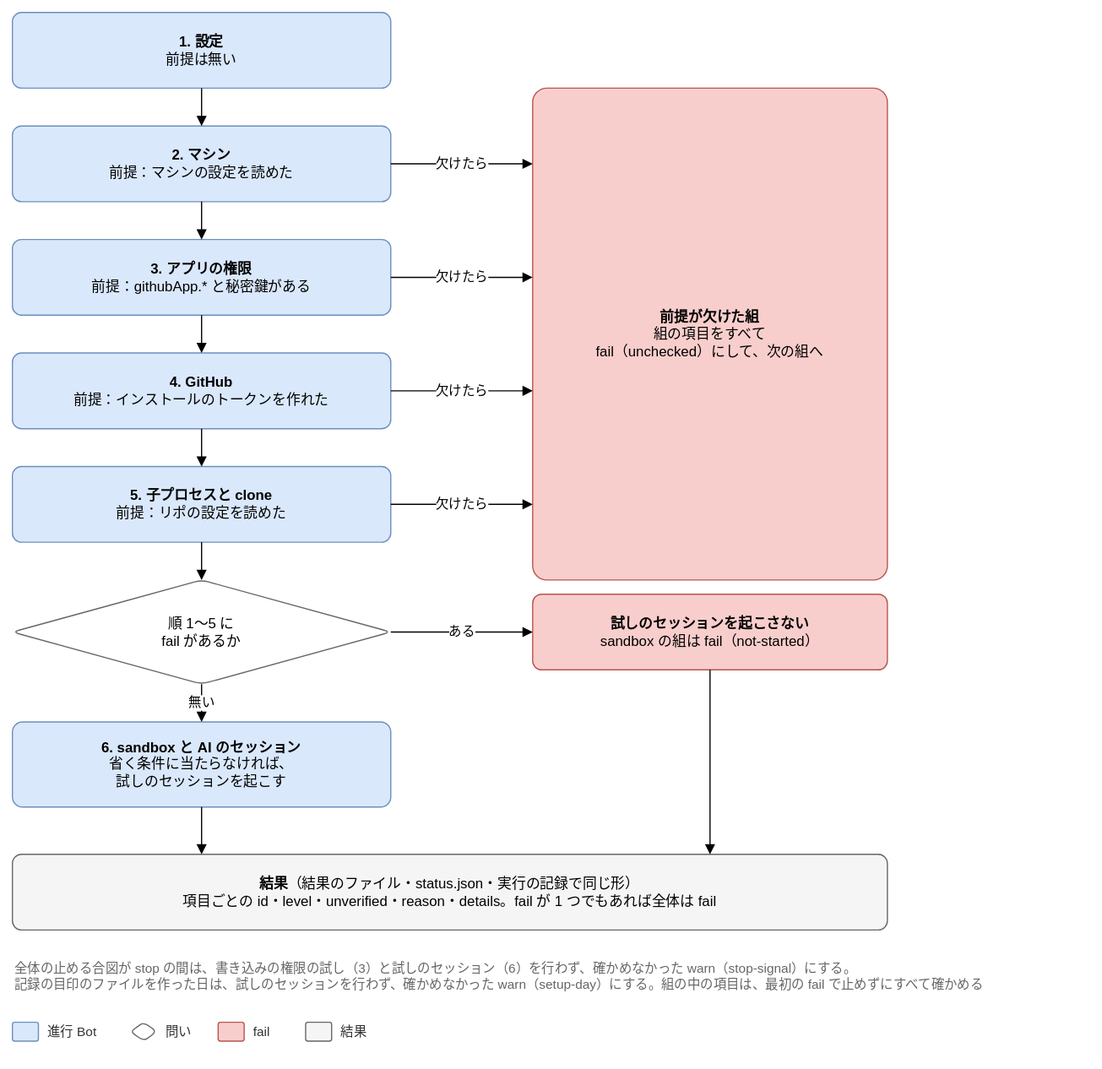
Above: docs/design/detailed/diagrams/04-groups.drawio.svg in Joymerrevent/dev-autopilot (draw.io), before the change. Source tidied: cells renumbered, new cells last; positions are measured from the earlier drawing's top-left corner, leaving out a move shared by most shapes.
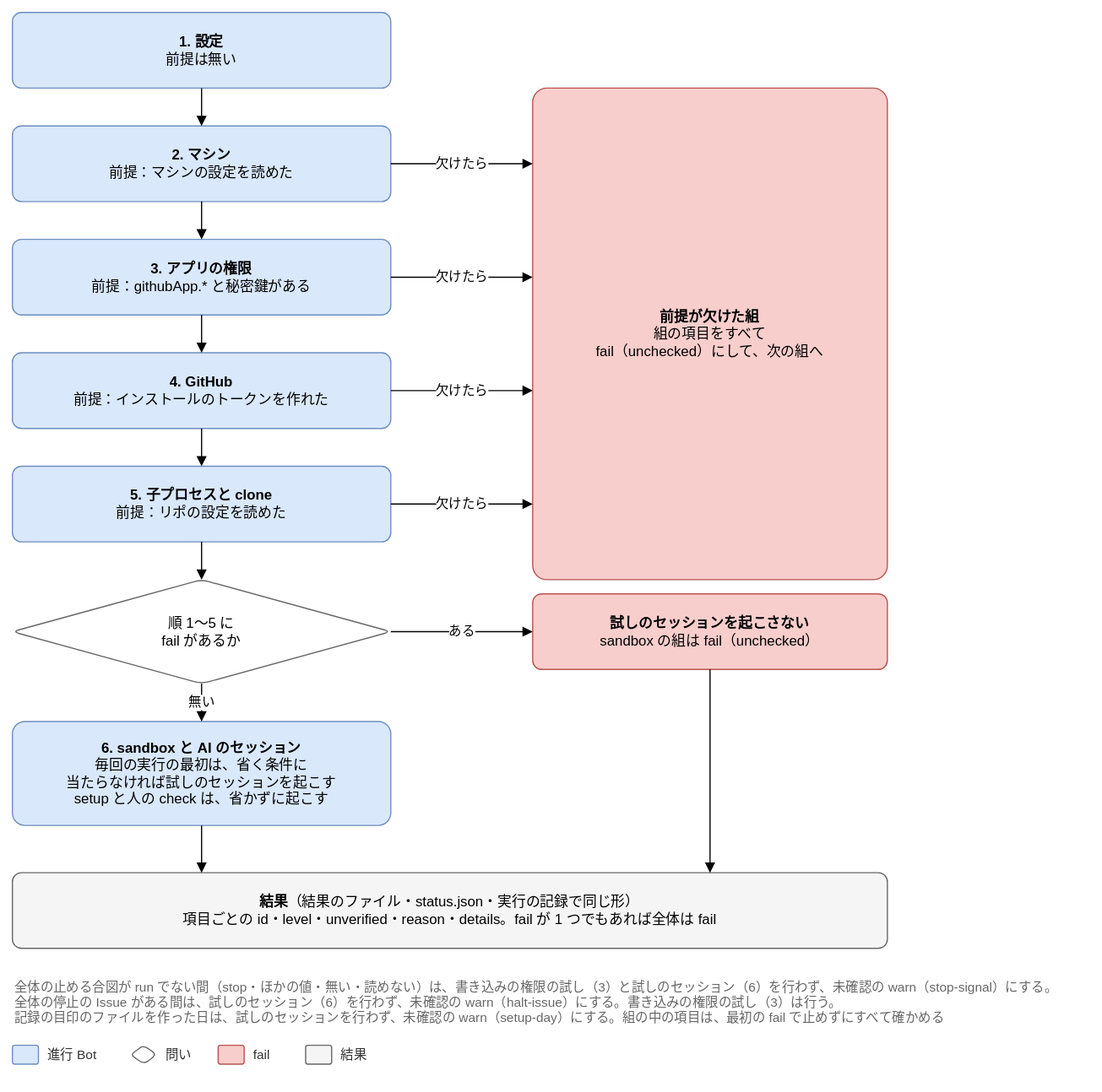
Later version of the same file.

Commit message:
docs(design): 点検の組の順と setup の部屋の図を、直した表と本文に合わせる

04-groups：試しのセッションを省く条件を毎回の実行の最初にだけ掛け、前の組が fail の
ときの記号を unchecked に、注を未確認の warn（stop-signal・halt-issue・setup-day）に直す。
05-room：部屋を人の一時フォルダの下に置き、答えと部屋を消すコマンドを人の許可で動かす。

直した指摘：M-34・M-93・H-10（G3）、H-5（G3）、M-2（G1）、H-1（G5）

Claude-Session: https://claude.ai/code/session_01LvmXQN14Y95msvojZ6hWNP

What changed in the source:
```diff
@@ -50,20 +50,20 @@
     <mxCell id="17" style="edgeStyle=orthogonalEdgeStyle;rounded=1;html=1;endArrow=block;endFill=1;fontSize=11;labelBackgroundColor=#ffffff;exitX=0.5;exitY=1;exitDx=0;exitDy=0;entryX=0.5;entryY=0;entryDx=0;entryDy=0;" parent="1" edge="1" source="9" target="16">
       <mxGeometry relative="1" as="geometry" />
     </mxCell>
-    <mxCell id="18" value="&lt;b&gt;試しのセッションを起こさない&lt;/b&gt;&lt;br&gt;sandbox の組は fail（not-started）" style="rounded=1;whiteSpace=wrap;html=1;fontSize=12;arcSize=12;spacing=12;fillColor=#f8cecc;strokeColor=#b85450;" parent="1" vertex="1">
+    <mxCell id="18" value="&lt;b&gt;試しのセッションを起こさない&lt;/b&gt;&lt;br&gt;sandbox の組は fail（unchecked）" style="rounded=1;whiteSpace=wrap;html=1;fontSize=12;arcSize=12;spacing=12;fillColor=#f8cecc;strokeColor=#b85450;" parent="1" vertex="1">
       <mxGeometry x="440" y="492" width="300" height="64" as="geometry" />
     </mxCell>
     <mxCell id="19" value="ある" style="edgeStyle=orthogonalEdgeStyle;rounded=1;html=1;endArrow=block;endFill=1;fontSize=11;labelBackgroundColor=#ffffff;exitX=1;exitY=0.5;exitDx=0;exitDy=0;entryX=0;entryY=0.5;entryDx=0;entryDy=0;" parent="1" edge="1" source="16" target="18">
       <mxGeometry relative="1" as="geometry" />
     </mxCell>
-    <mxCell id="20" value="&lt;b&gt;6. sandbox と AI のセッション&lt;/b&gt;&lt;br&gt;省く条件に当たらなければ、&lt;br&gt;試しのセッションを起こす" style="rounded=1;whiteSpace=wrap;html=1;fontSize=12;arcSize=12;spacing=12;fillColor=#dae8fc;strokeColor=#6c8ebf;" parent="1" vertex="1">
-      <mxGeometry y="600" width="320" height="72" as="geometry" />
+    <mxCell id="20" value="&lt;b&gt;6. sandbox と AI のセッション&lt;/b&gt;&lt;br&gt;毎回の実行の最初は、省く条件に&lt;br&gt;当たらなければ試しのセッションを起こす&lt;br&gt;setup と人の check は、省かずに起こす" style="rounded=1;whiteSpace=wrap;html=1;fontSize=12;arcSize=12;spacing=12;fillColor=#dae8fc;strokeColor=#6c8ebf;" parent="1" vertex="1">
+      <mxGeometry y="600" width="320" height="88" as="geometry" />
     </mxCell>
     <mxCell id="21" value="無い" style="edgeStyle=orthogonalEdgeStyle;rounded=1;html=1;endArrow=block;endFill=1;fontSize=11;labelBackgroundColor=#ffffff;exitX=0.5;exitY=1;exitDx=0;exitDy=0;entryX=0.5;entryY=0;entryDx=0;entryDy=0;" parent="1" edge="1" source="16" target="20">
       <mxGeometry relative="1" as="geometry" />
     </mxCell>
     <mxCell id="22" value="&lt;b&gt;結果&lt;/b&gt;（結果のファイル・status.json・実行の記録で同じ形）&lt;br&gt;項目ごとの id・level・unverified・reason・details。fail が 1 つでもあれば全体は fail" style="rounded=1;whiteSpace=wrap;html=1;fontSize=12;arcSize=12;spacing=12;fillColor=#f5f5f5;strokeColor=#666666;" parent="1" vertex="1">
-      <mxGeometry y="712" width="740" height="64" as="geometry" />
+      <mxGeometry y="728" width="740" height="64" as="geometry" />
     </mxCell>
     <mxCell id="23" style="edgeStyle=orthogonalEdgeStyle;rounded=1;html=1;endArrow=block;endFill=1;fontSize=11;labelBackgroundColor=#ffffff;exitX=0.5;exitY=1;exitDx=0;exitDy=0;entryX=0.21621621621621623;entryY=0;entryDx=0;entryDy=0;" parent="1" edge="1" source="20" target="22">
       <mxGeometry relative="1" as="geometry" />
@@ -71,32 +71,32 @@
     <mxCell id="24" style="edgeStyle=orthogonalEdgeStyle;rounded=1;html=1;endArrow=block;endFill=1;fontSize=11;labelBackgroundColor=#ffffff;exitX=0.5;exitY=1;exitDx=0;exitDy=0;entryX=0.7972972972972973;entryY=0;entryDx=0;entryDy=0;" parent="1" edge="1" source="18" target="22">
       <mxGeometry relative="1" as="geometry" />
     </mxCell>
-    <mxCell id="25" value="全体の止める合図が stop の間は、書き込みの権限の試し（3）と試しのセッション（6）を行わず、確かめなかった warn（stop-signal）にする。&lt;br&gt;記録の目印のファイルを作った日は、試しのセッションを行わず、確かめなかった warn（setup-day）にする。組の中の項目は、最初の fail で止めずにすべて確かめる" style="text;html=1;whiteSpace=wrap;align=left;verticalAlign=top;fontSize=11;fontColor=#666666;" parent="1" vertex="1">
-      <mxGeometry y="796" width="900" height="40" as="geometry" />
+    <mxCell id="25" value="全体の止める合図が run でない間（stop・ほかの値・無い・読めない）は、書き込みの権限の試し（3）と試しのセッション（6）を行わず、未確認の warn（stop-signal）にする。&lt;br&gt;全体の停止の Issue がある間は、試しのセッション（6）を行わず、未確認の warn（halt-issue）にする。書き込みの権限の試し（3）は行う。&lt;br&gt;記録の目印のファイルを作った日は、試しのセッションを行わず、未確認の warn（setup-day）にする。組の中の項目は、最初の fail で止めずにすべて確かめる" style="text;html=1;whiteSpace=wrap;align=left;verticalAlign=top;fontSize=11;fontColor=#666666;" parent="1" vertex="1">
+      <mxGeometry y="812" width="900" height="48" as="geometry" />
     </mxCell>
     <mxCell id="26" style="rounded=1;whiteSpace=wrap;html=1;fontSize=12;arcSize=12;spacing=12;fillColor=#dae8fc;strokeColor=#6c8ebf;" parent="1" vertex="1">
-      <mxGeometry y="854" width="22" height="16" as="geometry" />
+      <mxGeometry y="874" width="22" height="16" as="geometry" />
     </mxCell>
     <mxCell id="27" value="進行 Bot" style="text;html=1;align=left;verticalAlign=middle;fontSize=11;fontColor=#333333;" parent="1" vertex="1">
-      <mxGeometry x="28" y="852" width="56" height="20" as="geometry" />
+      <mxGeometry x="28" y="872" width="56" height="20" as="geometry" />
     </mxCell>
     <mxCell id="28" style="rounded=1;whiteSpace=wrap;html=1;fontSize=12;arcSize=12;spacing=12;shape=rhombus;perimeter=rhombusPerimeter;fillColor=#ffffff;strokeColor=#666666;" parent="1" vertex="1">
-      <mxGeometry x="100" y="854" width="22" height="16" as="geometry" />
+      <mxGeometry x="100" y="874" width="22" height="16" as="geometry" />
     </mxCell>
     <mxCell id="29" value="問い" style="text;html=1;align=left;verticalAlign=middle;fontSize=11;fontColor=#333333;" parent="1" vertex="1">
-      <mxGeometry x="128" y="852" width="30" height="20" as="geometry" />
+      <mxGeometry x="128" y="872" width="30" height="20" as="geometry" />
     </mxCell>
     <mxCell id="30" style="rounded=1;whiteSpace=wrap;html=1;fontSize=12;arcSize=12;spacing=12;fillColor=#f8cecc;strokeColor=#b85450;" parent="1" vertex="1">
-      <mxGeometry x="174" y="854" width="22" height="16" as="geometry" />
+      <mxGeometry x="174" y="874" width="22" height="16" as="geometry" />
     </mxCell>
     <mxCell id="31" value="fail" style="text;html=1;align=left;verticalAlign=middle;fontSize=11;fontColor=#333333;" parent="1" vertex="1">
-      <mxGeometry x="202" y="852" width="30" height="20" as="geometry" />
+      <mxGeometry x="202" y="872" width="30" height="20" as="geometry" />
     </mxCell>
     <mxCell id="32" style="rounded=1;whiteSpace=wrap;html=1;fontSize=12;arcSize=12;spacing=12;fillColor=#f5f5f5;strokeColor=#666666;" parent="1" vertex="1">
-      <mxGeometry x="248" y="854" width="22" height="16" as="geometry" />
+      <mxGeometry x="248" y="874" width="22" height="16" as="geometry" />
     </mxCell>
     <mxCell id="33" value="結果" style="text;html=1;align=left;verticalAlign=middle;fontSize=11;fontColor=#333333;" parent="1" vertex="1">
-      <mxGeometry x="276" y="852" width="30" height="20" as="geometry" />
+      <mxGeometry x="276" y="872" width="30" height="20" as="geometry" />
     </mxCell>
   </root>
 </mxGraphModel>
```
